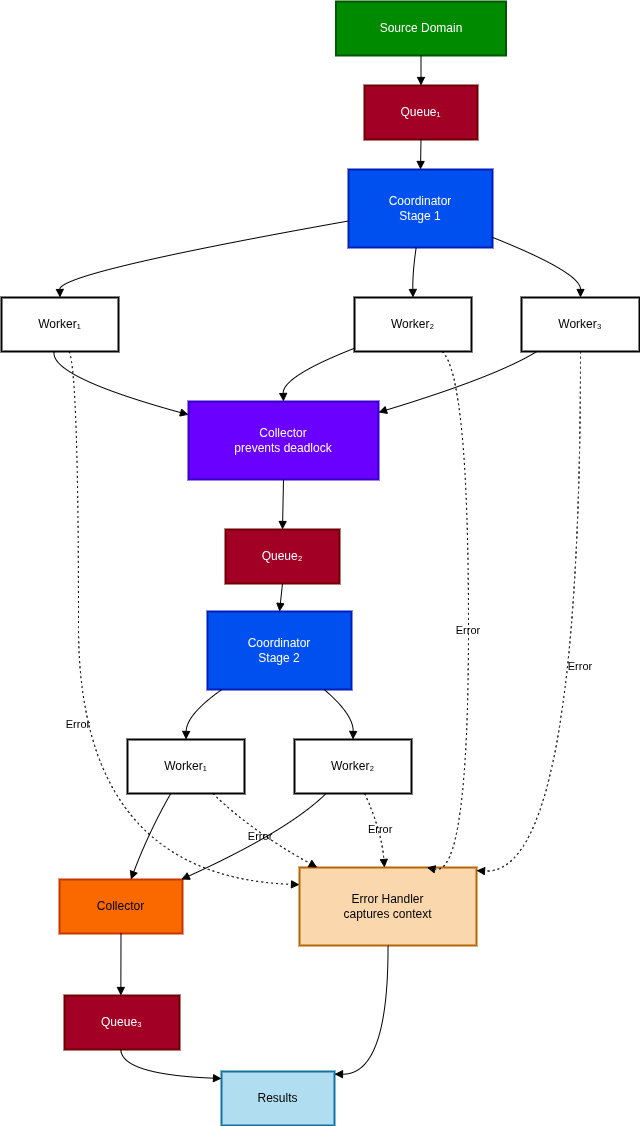
Above: docs/pics/domain_pipeline.png in lykimq/ocaml-domain-pipeline (draw.io), before the change. Source tidied: cells renumbered, new cells last; positions are measured from the earlier drawing's top-left corner, leaving out a move shared by most shapes.
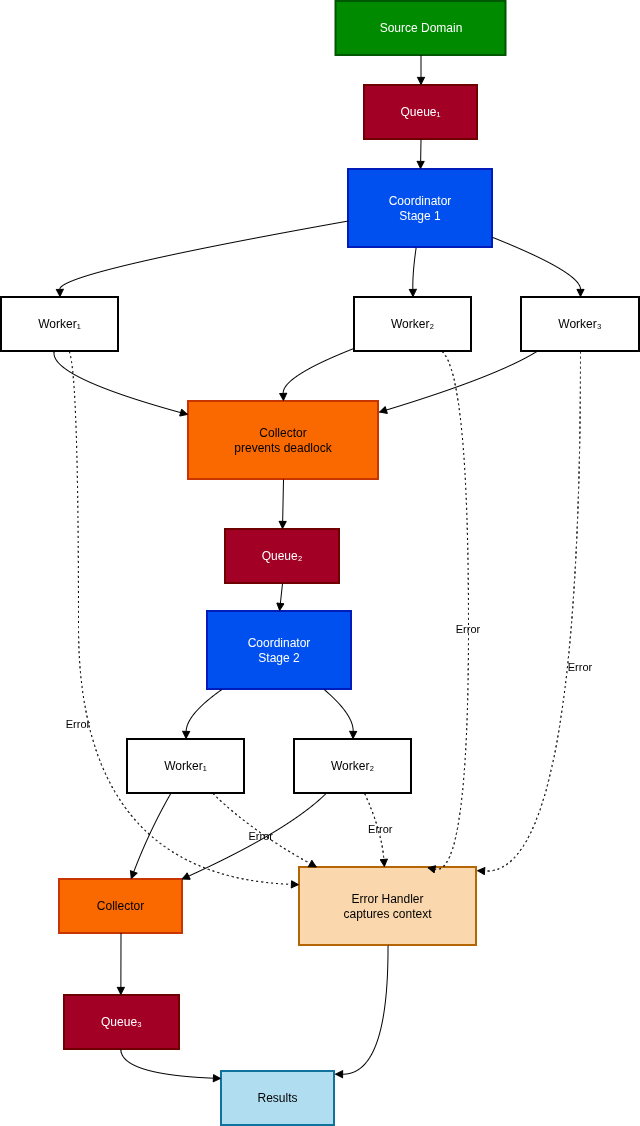
Above is the later version.

Commit message:
docs: add the same color for collector

The edit, as a diff of the source:
```diff
@@ -20,7 +20,7 @@
     <mxCell id="7" value="Worker₃" style="whiteSpace=wrap;strokeWidth=2;labelBackgroundColor=none;" parent="1" vertex="1">
       <mxGeometry x="520" y="296" width="118" height="54" as="geometry" />
     </mxCell>
-    <mxCell id="8" value="Collector&#10;prevents deadlock" style="whiteSpace=wrap;strokeWidth=2;labelBackgroundColor=none;fillColor=#6a00ff;fontColor=#ffffff;strokeColor=#3700CC;" parent="1" vertex="1">
+    <mxCell id="8" value="Collector&#10;prevents deadlock" style="whiteSpace=wrap;strokeWidth=2;labelBackgroundColor=none;fillColor=#fa6800;fontColor=#000000;strokeColor=#C73500;" parent="1" vertex="1">
       <mxGeometry x="187" y="400" width="190" height="78" as="geometry" />
     </mxCell>
     <mxCell id="9" value="Queue₂" style="whiteSpace=wrap;strokeWidth=2;labelBackgroundColor=none;fillColor=#a20025;fontColor=#ffffff;strokeColor=#6F0000;" parent="1" vertex="1">
```
